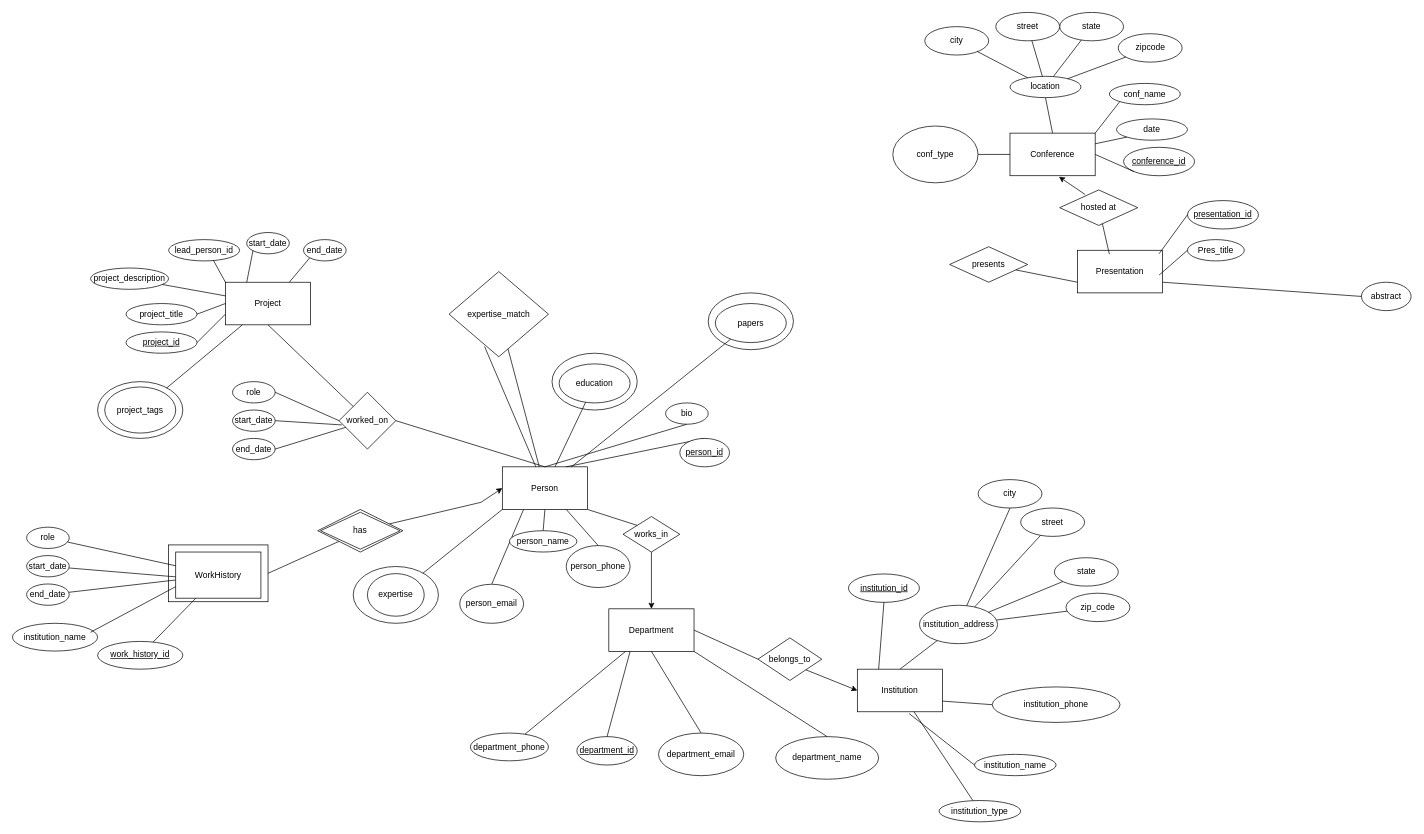
Before: Project Diagram.drawio in jabobas/CollabConnect, a draw.io diagram. Source tidied: cells renumbered, new cells numbered last; positions are measured from the earlier drawing's top-left corner, leaving out a move shared by most shapes. Both pictures are drawn from the tidied source at 71%, with x=0, y=0 at pixel (12, 12).
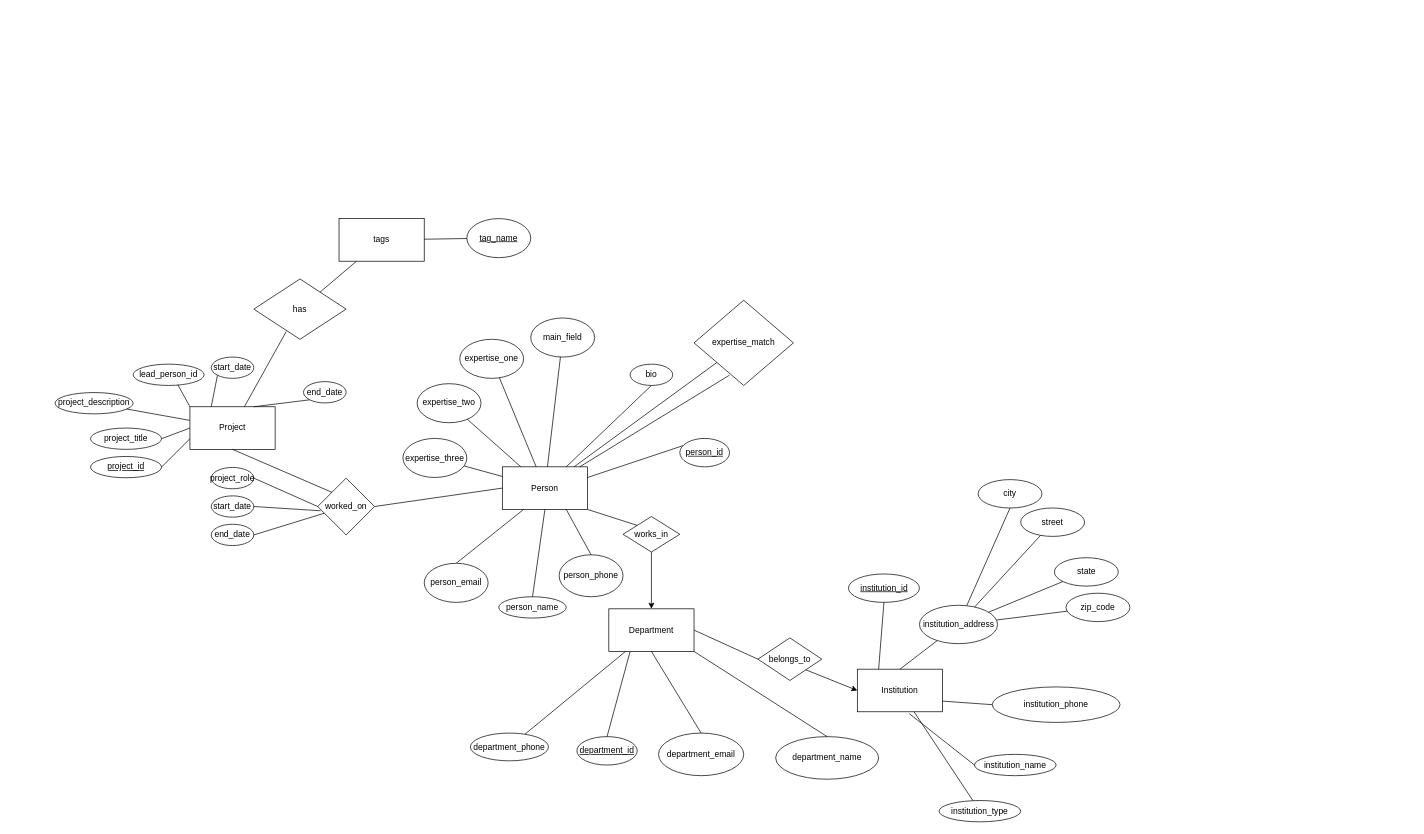
The same diagram, later.

The change refers to these unchanged cells:
```xml
<mxCell id="4" value="Person" style="rounded=0;whiteSpace=wrap;html=1;" parent="1" vertex="1">
  <mxGeometry x="690" y="640" width="120" height="60" as="geometry" />
</mxCell>
<mxCell id="66" value="&lt;u&gt;person_id&lt;/u&gt;" style="ellipse;whiteSpace=wrap;html=1;" parent="1" vertex="1">
  <mxGeometry x="940" y="600" width="70" height="40" as="geometry" />
</mxCell>
```

Diff of the diagram source:
```diff
@@
-    <mxCell id="3" style="rounded=0;whiteSpace=wrap;html=1;" parent="1" vertex="1">
-      <mxGeometry x="220" y="750" width="140" height="80" as="geometry" />
-    </mxCell>
@@
     <mxCell id="5" value="Project" style="rounded=0;whiteSpace=wrap;html=1;" parent="1" vertex="1">
-      <mxGeometry x="300" y="380" width="120" height="60" as="geometry" />
+      <mxGeometry x="250" y="555.4" width="120" height="60" as="geometry" />
     </mxCell>
-    <mxCell id="6" style="rounded=0;orthogonalLoop=1;jettySize=auto;html=1;entryX=0.5;entryY=1;entryDx=0;entryDy=0;" parent="1" edge="1" source="7" target="7">
-      <mxGeometry relative="1" as="geometry" />
-    </mxCell>
-    <mxCell id="7" value="Conference" style="rounded=0;whiteSpace=wrap;html=1;" parent="1" vertex="1">
-      <mxGeometry x="1405" y="170" width="120" height="60" as="geometry" />
-    </mxCell>
-    <mxCell id="8" value="&lt;div&gt;Presentation&lt;/div&gt;" style="rounded=0;whiteSpace=wrap;html=1;" parent="1" vertex="1">
-      <mxGeometry x="1500" y="335" width="120" height="60" as="geometry" />
-    </mxCell>
@@
-    <mxCell id="11" value="WorkHistory" style="rounded=0;whiteSpace=wrap;html=1;" parent="1" vertex="1">
-      <mxGeometry x="230" y="760" width="120" height="65" as="geometry" />
-    </mxCell>
-    <mxCell id="12" style="endArrow=none;html=1;rounded=0;exitX=1;exitY=0.5;exitDx=0;exitDy=0;entryX=0;entryY=1;entryDx=0;entryDy=0;" parent="1" edge="1" source="3">
-      <mxGeometry relative="1" as="geometry">
-        <mxPoint x="460" y="745" as="targetPoint" />
-      </mxGeometry>
-    </mxCell>
     <mxCell id="13" value="worked_on" style="rhombus;whiteSpace=wrap;html=1;" parent="1" vertex="1">
-      <mxGeometry x="460" y="535" width="80" height="80" as="geometry" />
+      <mxGeometry x="430" y="655.9" width="80" height="80" as="geometry" />
     </mxCell>
-    <mxCell id="14" style="endArrow=none;html=1;rounded=0;exitX=1;exitY=0.5;exitDx=0;exitDy=0;entryX=0.5;entryY=0;entryDx=0;entryDy=0;" parent="1" edge="1" source="13" target="4">
+    <mxCell id="14" style="endArrow=none;html=1;rounded=0;exitX=1;exitY=0.5;exitDx=0;exitDy=0;entryX=0;entryY=0.5;entryDx=0;entryDy=0;" parent="1" edge="1" source="13" target="4">
       <mxGeometry relative="1" as="geometry" />
     </mxCell>
@@
-    <mxCell id="16" value="&lt;div&gt;role&lt;/div&gt;" style="ellipse;whiteSpace=wrap;html=1;" parent="1" vertex="1">
-      <mxGeometry x="310" y="520" width="60" height="30" as="geometry" />
+    <mxCell id="16" value="&lt;div&gt;project_role&lt;/div&gt;" style="ellipse;whiteSpace=wrap;html=1;" parent="1" vertex="1">
+      <mxGeometry x="280" y="640.9" width="60" height="30" as="geometry" />
     </mxCell>
     <mxCell id="17" value="start_date" style="ellipse;whiteSpace=wrap;html=1;" parent="1" vertex="1">
-      <mxGeometry x="310" y="560" width="60" height="30" as="geometry" />
+      <mxGeometry x="280" y="680.9" width="60" height="30" as="geometry" />
     </mxCell>
     <mxCell id="18" value="end_date" style="ellipse;whiteSpace=wrap;html=1;" parent="1" vertex="1">
-      <mxGeometry x="310" y="600" width="60" height="30" as="geometry" />
+      <mxGeometry x="280" y="720.9" width="60" height="30" as="geometry" />
     </mxCell>
@@
     <mxCell id="20" style="endArrow=none;html=1;rounded=0;exitX=1;exitY=0.5;exitDx=0;exitDy=0;" parent="1" edge="1" source="17">
       <mxGeometry relative="1" as="geometry">
-        <mxPoint x="464" y="581" as="targetPoint" />
+        <mxPoint x="434" y="701.9" as="targetPoint" />
       </mxGeometry>
     </mxCell>
@@
     <mxCell id="22" value="lead_person_id" style="ellipse;whiteSpace=wrap;html=1;" parent="1" vertex="1">
-      <mxGeometry x="220" y="320" width="100" height="30" as="geometry" />
+      <mxGeometry x="170" y="495.4" width="100" height="30" as="geometry" />
     </mxCell>
     <mxCell id="23" value="start_date" style="ellipse;whiteSpace=wrap;html=1;" parent="1" vertex="1">
-      <mxGeometry x="330" y="310" width="60" height="30" as="geometry" />
+      <mxGeometry x="280" y="485.4" width="60" height="30" as="geometry" />
     </mxCell>
     <mxCell id="24" value="end_date" style="ellipse;whiteSpace=wrap;html=1;" parent="1" vertex="1">
-      <mxGeometry x="410" y="320" width="60" height="30" as="geometry" />
+      <mxGeometry x="410" y="520" width="60" height="30" as="geometry" />
     </mxCell>
@@
     <mxCell id="29" value="project_title" style="ellipse;whiteSpace=wrap;html=1;" parent="1" vertex="1">
-      <mxGeometry x="160" y="410" width="100" height="30" as="geometry" />
+      <mxGeometry x="110" y="585.4" width="100" height="30" as="geometry" />
     </mxCell>
     <mxCell id="30" value="&lt;u&gt;project_id&lt;/u&gt;" style="ellipse;whiteSpace=wrap;html=1;" parent="1" vertex="1">
-      <mxGeometry x="160" y="450" width="100" height="30" as="geometry" />
+      <mxGeometry x="110" y="625.4" width="100" height="30" as="geometry" />
     </mxCell>
@@
-    <mxCell id="32" value="&lt;u&gt;conference_id&lt;/u&gt;" style="ellipse;whiteSpace=wrap;html=1;" parent="1" vertex="1">
-      <mxGeometry x="1565" y="190" width="100" height="40" as="geometry" />
-    </mxCell>
-    <mxCell id="33" style="endArrow=none;html=1;rounded=0;entryX=1;entryY=0.5;entryDx=0;entryDy=0;exitX=0;exitY=1;exitDx=0;exitDy=0;" parent="1" edge="1" source="32" target="7">
-      <mxGeometry relative="1" as="geometry" />
-    </mxCell>
-    <mxCell id="34" value="conf_name" style="ellipse;whiteSpace=wrap;html=1;" parent="1" vertex="1">
-      <mxGeometry x="1545" y="100" width="100" height="30" as="geometry" />
-    </mxCell>
-    <mxCell id="35" value="date" style="ellipse;whiteSpace=wrap;html=1;" parent="1" vertex="1">
-      <mxGeometry x="1555" y="150" width="100" height="30" as="geometry" />
-    </mxCell>
-    <mxCell id="36" value="location" style="ellipse;whiteSpace=wrap;html=1;" parent="1" vertex="1">
-      <mxGeometry x="1405" y="90" width="100" height="30" as="geometry" />
-    </mxCell>
-    <mxCell id="37" style="endArrow=none;html=1;rounded=0;entryX=0;entryY=1;entryDx=0;entryDy=0;exitX=1;exitY=0;exitDx=0;exitDy=0;" parent="1" edge="1" source="7" target="34">
-      <mxGeometry relative="1" as="geometry" />
-    </mxCell>
-    <mxCell id="38" style="endArrow=none;html=1;rounded=0;entryX=0;entryY=1;entryDx=0;entryDy=0;exitX=1;exitY=0.25;exitDx=0;exitDy=0;" parent="1" edge="1" source="7" target="35">
-      <mxGeometry relative="1" as="geometry" />
-    </mxCell>
-    <mxCell id="39" value="&lt;u&gt;presentation_id&lt;/u&gt;" style="ellipse;whiteSpace=wrap;html=1;" parent="1" vertex="1">
-      <mxGeometry x="1655" y="265" width="100" height="40" as="geometry" />
-    </mxCell>
-    <mxCell id="40" style="endArrow=none;html=1;rounded=0;entryX=0;entryY=0.5;entryDx=0;entryDy=0;exitX=1;exitY=0;exitDx=0;exitDy=0;" parent="1" edge="1" target="39">
-      <mxGeometry relative="1" as="geometry">
-        <mxPoint x="1615" y="340" as="sourcePoint" />
-      </mxGeometry>
-    </mxCell>
-    <mxCell id="41" value="Pres_title" style="ellipse;whiteSpace=wrap;html=1;" parent="1" vertex="1">
-      <mxGeometry x="1655" y="320" width="80" height="30" as="geometry" />
-    </mxCell>
-    <mxCell id="42" style="endArrow=none;html=1;rounded=0;entryX=0;entryY=0.5;entryDx=0;entryDy=0;exitX=1;exitY=0.5;exitDx=0;exitDy=0;" parent="1" edge="1" target="41">
-      <mxGeometry relative="1" as="geometry">
-        <mxPoint x="1615" y="370" as="sourcePoint" />
-      </mxGeometry>
-    </mxCell>
-    <mxCell id="43" value="abstract" style="ellipse;whiteSpace=wrap;html=1;" parent="1" vertex="1">
-      <mxGeometry x="1900" y="380" width="70" height="40" as="geometry" />
-    </mxCell>
-    <mxCell id="44" style="endArrow=none;html=1;rounded=0;entryX=0;entryY=0.5;entryDx=0;entryDy=0;exitX=1;exitY=0.75;exitDx=0;exitDy=0;" parent="1" edge="1" source="8" target="43">
-      <mxGeometry relative="1" as="geometry" />
-    </mxCell>
-    <mxCell id="45" value="presents" style="rhombus;whiteSpace=wrap;html=1;" parent="1" vertex="1">
-      <mxGeometry x="1320" y="330" width="110" height="50" as="geometry" />
-    </mxCell>
-    <mxCell id="46" style="endArrow=none;html=1;rounded=0;entryX=0;entryY=0.75;entryDx=0;entryDy=0;" parent="1" edge="1" source="45" target="8">
-      <mxGeometry relative="1" as="geometry" />
-    </mxCell>
@@
     <mxCell id="58" value="person_email" style="ellipse;whiteSpace=wrap;html=1;" parent="1" vertex="1">
-      <mxGeometry x="630" y="805.4" width="90" height="55" as="geometry" />
+      <mxGeometry x="580" y="775.9" width="90" height="55" as="geometry" />
     </mxCell>
     <mxCell id="59" value="person_phone" style="ellipse;whiteSpace=wrap;html=1;" parent="1" vertex="1">
-      <mxGeometry x="780" y="750.9" width="90" height="59.1" as="geometry" />
+      <mxGeometry x="770" y="763.9" width="90" height="59.1" as="geometry" />
     </mxCell>
     <mxCell id="60" value="person_name" style="ellipse;whiteSpace=wrap;html=1;" parent="1" vertex="1">
-      <mxGeometry x="700" y="730" width="95" height="30" as="geometry" />
+      <mxGeometry x="685" y="823" width="95" height="30" as="geometry" />
     </mxCell>
@@
-    <mxCell id="62" style="endArrow=none;html=1;rounded=0;entryX=0.75;entryY=0;entryDx=0;entryDy=0;exitX=0.5;exitY=0;exitDx=0;exitDy=0;" parent="1" edge="1" source="66" target="4">
+    <mxCell id="62" style="endArrow=none;html=1;rounded=0;entryX=1;entryY=0.25;entryDx=0;entryDy=0;exitX=0.5;exitY=0;exitDx=0;exitDy=0;" parent="1" edge="1" source="66" target="4">
       <mxGeometry relative="1" as="geometry" />
     </mxCell>
@@
-    <mxCell id="64" style="endArrow=none;html=1;rounded=0;entryX=0.5;entryY=0;entryDx=0;entryDy=0;exitX=0.5;exitY=1;exitDx=0;exitDy=0;" parent="1" edge="1" source="65" target="4">
+    <mxCell id="64" style="endArrow=none;html=1;rounded=0;entryX=0.75;entryY=0;entryDx=0;entryDy=0;exitX=0.5;exitY=1;exitDx=0;exitDy=0;" parent="1" edge="1" source="65" target="4">
       <mxGeometry relative="1" as="geometry" />
     </mxCell>
     <mxCell id="65" value="bio" style="ellipse;whiteSpace=wrap;html=1;" parent="1" vertex="1">
-      <mxGeometry x="920" y="550" width="60" height="30" as="geometry" />
+      <mxGeometry x="870" y="495.4" width="60" height="30" as="geometry" />
     </mxCell>
@@
-    <mxCell id="73" style="endArrow=classic;html=1;rounded=0;entryX=0;entryY=0.5;entryDx=0;entryDy=0;" parent="1" edge="1" source="89" target="4">
-      <mxGeometry relative="1" as="geometry">
-        <Array as="points">
-          <mxPoint x="660" y="690" />
-        </Array>
-      </mxGeometry>
-    </mxCell>
-    <mxCell id="74" style="endArrow=none;html=1;rounded=0;entryX=0;entryY=1;entryDx=0;entryDy=0;" parent="1" edge="1" source="119" target="4">
-      <mxGeometry relative="1" as="geometry" />
-    </mxCell>
@@
-    <mxCell id="77" style="endArrow=none;html=1;rounded=0;entryX=0.5;entryY=1;entryDx=0;entryDy=0;exitX=0.5;exitY=0;exitDx=0;exitDy=0;" parent="1" edge="1" source="7" target="36">
-      <mxGeometry relative="1" as="geometry" />
-    </mxCell>
-    <mxCell id="78" value="hosted at" style="rhombus;whiteSpace=wrap;html=1;" parent="1" vertex="1">
-      <mxGeometry x="1475" y="250" width="110" height="50" as="geometry" />
-    </mxCell>
@@
-    <mxCell id="80" style="endArrow=none;html=1;rounded=0;exitX=0.417;exitY=0.008;exitDx=0;exitDy=0;exitPerimeter=0;" parent="1" edge="1" target="78">
-      <mxGeometry relative="1" as="geometry">
-        <mxPoint x="1545" y="340.5" as="sourcePoint" />
-      </mxGeometry>
-    </mxCell>
@@
-    <mxCell id="84" style="rounded=0;jettySize=auto;html=1;exitX=0.327;exitY=0.13;exitDx=0;exitDy=0;entryX=0.575;entryY=1.025;entryDx=0;entryDy=0;exitPerimeter=0;entryPerimeter=0;" parent="1" edge="1" source="78" target="7">
-      <mxGeometry relative="1" as="geometry" />
-    </mxCell>
@@
-    <mxCell id="89" value="has" style="shape=rhombus;double=1;perimeter=rhombusPerimeter;whiteSpace=wrap;html=1;align=center;" parent="1" vertex="1">
-      <mxGeometry x="430" y="700" width="120" height="60" as="geometry" />
-    </mxCell>
-    <mxCell id="90" value="city" style="ellipse;whiteSpace=wrap;html=1;" parent="1" vertex="1">
-      <mxGeometry x="1285" y="20" width="90" height="40" as="geometry" />
-    </mxCell>
-    <mxCell id="91" value="zipcode" style="ellipse;whiteSpace=wrap;html=1;" parent="1" vertex="1">
-      <mxGeometry x="1557.5" y="30" width="90" height="40" as="geometry" />
-    </mxCell>
-    <mxCell id="92" value="state" style="ellipse;whiteSpace=wrap;html=1;" parent="1" vertex="1">
-      <mxGeometry x="1475" width="90" height="40" as="geometry" />
-    </mxCell>
-    <mxCell id="93" value="street" style="ellipse;whiteSpace=wrap;html=1;" parent="1" vertex="1">
-      <mxGeometry x="1385" width="90" height="40" as="geometry" />
-    </mxCell>
@@
-    <mxCell id="95" style="endArrow=none;html=1;rounded=0;" parent="1" edge="1" source="36" target="90">
-      <mxGeometry relative="1" as="geometry" />
-    </mxCell>
-    <mxCell id="96" style="endArrow=none;html=1;rounded=0;" parent="1" edge="1" source="36" target="93">
-      <mxGeometry relative="1" as="geometry" />
-    </mxCell>
-    <mxCell id="97" style="endArrow=none;html=1;rounded=0;" parent="1" edge="1" source="36" target="92">
-      <mxGeometry relative="1" as="geometry" />
-    </mxCell>
-    <mxCell id="98" style="endArrow=none;html=1;rounded=0;" parent="1" edge="1" source="36" target="91">
-      <mxGeometry relative="1" as="geometry" />
-    </mxCell>
-    <mxCell id="99" value="&lt;div&gt;role&lt;/div&gt;" style="ellipse;whiteSpace=wrap;html=1;" parent="1" vertex="1">
-      <mxGeometry x="20" y="725" width="60" height="30" as="geometry" />
-    </mxCell>
-    <mxCell id="100" value="start_date" style="ellipse;whiteSpace=wrap;html=1;" parent="1" vertex="1">
-      <mxGeometry x="20" y="765" width="60" height="30" as="geometry" />
-    </mxCell>
-    <mxCell id="101" value="end_date" style="ellipse;whiteSpace=wrap;html=1;" parent="1" vertex="1">
-      <mxGeometry x="20" y="805" width="60" height="30" as="geometry" />
-    </mxCell>
-    <mxCell id="102" value="institution_name" style="ellipse;whiteSpace=wrap;html=1;" parent="1" vertex="1">
-      <mxGeometry y="860.4" width="120" height="39.1" as="geometry" />
-    </mxCell>
-    <mxCell id="103" style="endArrow=none;html=1;rounded=0;entryX=0;entryY=0.75;entryDx=0;entryDy=0;" parent="1" edge="1" target="11">
-      <mxGeometry relative="1" as="geometry">
-        <mxPoint x="110" y="873" as="sourcePoint" />
-      </mxGeometry>
-    </mxCell>
-    <mxCell id="104" style="endArrow=none;html=1;rounded=0;" parent="1" edge="1" source="101" target="11">
-      <mxGeometry relative="1" as="geometry" />
-    </mxCell>
-    <mxCell id="105" style="endArrow=none;html=1;rounded=0;" parent="1" edge="1" source="100" target="11">
-      <mxGeometry relative="1" as="geometry">
-        <Array as="points">
-          <mxPoint x="230" y="795" />
-        </Array>
-      </mxGeometry>
-    </mxCell>
-    <mxCell id="106" style="endArrow=none;html=1;rounded=0;" parent="1" edge="1" source="99" target="11">
-      <mxGeometry relative="1" as="geometry" />
-    </mxCell>
-    <mxCell id="107" value="&lt;u&gt;work_history_id&lt;/u&gt;" style="ellipse;whiteSpace=wrap;html=1;" parent="1" vertex="1">
-      <mxGeometry x="120" y="885.9" width="120" height="39.1" as="geometry" />
-    </mxCell>
-    <mxCell id="108" style="endArrow=none;html=1;rounded=0;" parent="1" edge="1" source="107" target="11">
-      <mxGeometry relative="1" as="geometry" />
-    </mxCell>
     <mxCell id="109" value="expertise_match" style="rhombus;whiteSpace=wrap;html=1;" parent="1" vertex="1">
-      <mxGeometry x="615" y="365" width="140" height="120" as="geometry" />
+      <mxGeometry x="960" y="405.4" width="140" height="120" as="geometry" />
     </mxCell>
@@
-    <mxCell id="111" value="conf_type" style="ellipse;whiteSpace=wrap;html=1;" parent="1" vertex="1">
-      <mxGeometry x="1240" y="160" width="120" height="80" as="geometry" />
-    </mxCell>
-    <mxCell id="112" style="endArrow=none;html=1;rounded=0;" parent="1" edge="1" source="111" target="7">
-      <mxGeometry relative="1" as="geometry" />
-    </mxCell>
     <mxCell id="113" value="project_description" style="ellipse;whiteSpace=wrap;html=1;" parent="1" vertex="1">
-      <mxGeometry x="110" y="360" width="110" height="30" as="geometry" />
+      <mxGeometry x="60" y="535.4" width="110" height="30" as="geometry" />
     </mxCell>
@@
-    <mxCell id="115" style="endArrow=none;html=1;rounded=0;" parent="1" edge="1" source="117" target="5">
-      <mxGeometry relative="1" as="geometry" />
-    </mxCell>
-    <mxCell id="116" style="ellipse;whiteSpace=wrap;html=1;" parent="1" vertex="1">
-      <mxGeometry x="120" y="520" width="120" height="80" as="geometry" />
-    </mxCell>
-    <mxCell id="117" value="project_tags" style="ellipse;whiteSpace=wrap;html=1;" parent="1" vertex="1">
-      <mxGeometry x="130" y="527.5" width="100" height="65" as="geometry" />
-    </mxCell>
-    <mxCell id="118" style="ellipse;whiteSpace=wrap;html=1;" parent="1" vertex="1">
-      <mxGeometry x="480" y="780.4" width="120" height="80" as="geometry" />
-    </mxCell>
-    <mxCell id="119" value="expertise" style="ellipse;whiteSpace=wrap;html=1;" parent="1" vertex="1">
-      <mxGeometry x="500" y="790.4" width="80" height="60" as="geometry" />
-    </mxCell>
@@
-    <mxCell id="123" style="ellipse;whiteSpace=wrap;html=1;" parent="1" vertex="1">
-      <mxGeometry x="760" y="480" width="120" height="80" as="geometry" />
-    </mxCell>
-    <mxCell id="124" value="education" style="ellipse;whiteSpace=wrap;html=1;" parent="1" vertex="1">
-      <mxGeometry x="770" y="495" width="100" height="55" as="geometry" />
-    </mxCell>
-    <mxCell id="125" style="endArrow=none;html=1;rounded=0;" parent="1" edge="1" source="4" target="124">
-      <mxGeometry relative="1" as="geometry" />
-    </mxCell>
@@
-    <mxCell id="128" style="ellipse;whiteSpace=wrap;html=1;" parent="1" vertex="1">
-      <mxGeometry x="980" y="395" width="120" height="80" as="geometry" />
-    </mxCell>
-    <mxCell id="129" value="papers" style="ellipse;whiteSpace=wrap;html=1;" parent="1" vertex="1">
-      <mxGeometry x="990" y="410" width="100" height="55" as="geometry" />
-    </mxCell>
-    <mxCell id="130" style="endArrow=none;html=1;rounded=0;" parent="1" edge="1" source="4" target="129">
-      <mxGeometry relative="1" as="geometry" />
-    </mxCell>
+    <mxCell id="131" value="tags" style="rounded=0;whiteSpace=wrap;html=1;" parent="1" vertex="1">
+      <mxGeometry x="460" y="290.4" width="120" height="60" as="geometry" />
+    </mxCell>
+    <mxCell id="89" value="has" style="rhombus;whiteSpace=wrap;html=1;" parent="1" vertex="1">
+      <mxGeometry x="340" y="375.4" width="130" height="85" as="geometry" />
+    </mxCell>
+    <mxCell id="132" style="endArrow=none;html=1;rounded=0;entryX=0.351;entryY=0.871;entryDx=0;entryDy=0;entryPerimeter=0;" parent="1" edge="1" source="5" target="89">
+      <mxGeometry relative="1" as="geometry" />
+    </mxCell>
+    <mxCell id="133" style="endArrow=none;html=1;rounded=0;" parent="1" edge="1" source="89" target="131">
+      <mxGeometry relative="1" as="geometry" />
+    </mxCell>
+    <mxCell id="134" value="expertise_one" style="ellipse;whiteSpace=wrap;html=1;" parent="1" vertex="1">
+      <mxGeometry x="630" y="460.4" width="90" height="55" as="geometry" />
+    </mxCell>
+    <mxCell id="135" value="expertise_two" style="ellipse;whiteSpace=wrap;html=1;" parent="1" vertex="1">
+      <mxGeometry x="570" y="522.9" width="90" height="55" as="geometry" />
+    </mxCell>
+    <mxCell id="136" value="expertise_three" style="ellipse;whiteSpace=wrap;html=1;" parent="1" vertex="1">
+      <mxGeometry x="550" y="600" width="90" height="55" as="geometry" />
+    </mxCell>
+    <mxCell id="137" value="main_field" style="ellipse;whiteSpace=wrap;html=1;" parent="1" vertex="1">
+      <mxGeometry x="730" y="430.4" width="90" height="55" as="geometry" />
+    </mxCell>
+    <mxCell id="138" style="endArrow=none;html=1;rounded=0;" parent="1" edge="1" source="136" target="4">
+      <mxGeometry relative="1" as="geometry" />
+    </mxCell>
+    <mxCell id="139" style="endArrow=none;html=1;rounded=0;" parent="1" edge="1" source="135" target="4">
+      <mxGeometry relative="1" as="geometry" />
+    </mxCell>
+    <mxCell id="140" style="endArrow=none;html=1;rounded=0;" parent="1" edge="1" source="134" target="4">
+      <mxGeometry relative="1" as="geometry" />
+    </mxCell>
+    <mxCell id="141" style="endArrow=none;html=1;rounded=0;" parent="1" edge="1" source="137" target="4">
+      <mxGeometry relative="1" as="geometry" />
+    </mxCell>
+    <mxCell id="142" value="&lt;u&gt;tag_name&lt;/u&gt;" style="ellipse;whiteSpace=wrap;html=1;" parent="1" vertex="1">
+      <mxGeometry x="640" y="290.4" width="90" height="55" as="geometry" />
+    </mxCell>
+    <mxCell id="143" style="endArrow=none;html=1;rounded=0;" parent="1" edge="1" source="131" target="142">
+      <mxGeometry relative="1" as="geometry" />
+    </mxCell>
```
